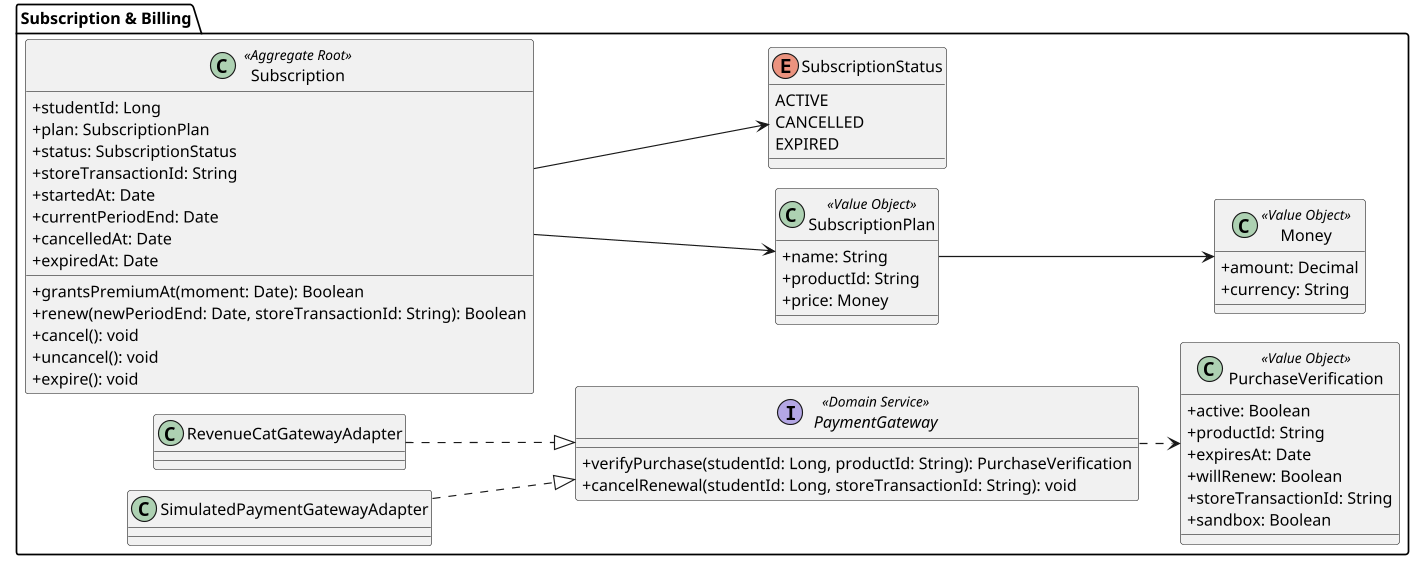
This is images-doc/class-subscription-billing-mobile.png from Aplicaciones-Dispositivos-Moviles/SkillSwap-ProjectReport, a PlantUML export, as it was before one commit. Source of this version:
```plantuml
@startuml class-subscription-billing-mobile
!pragma layout smetana
skinparam classAttributeIconSize 0
skinparam packageStyle folder
skinparam dpi 110
left to right direction

package "Subscription & Billing" {
    class Subscription <<Aggregate Root>> {
        +studentId: Long
        +plan: SubscriptionPlan
        +status: SubscriptionStatus
        +storeTransactionId: String
        +startedAt: Date
        +currentPeriodEnd: Date
        +cancelledAt: Date
        +expiredAt: Date
        +grantsPremiumAt(moment: Date): Boolean
        +renew(newPeriodEnd: Date, storeTransactionId: String): Boolean
        +cancel(): void
        +uncancel(): void
        +expire(): void
    }

    class PurchaseVerification <<Value Object>> {
        +active: Boolean
        +productId: String
        +expiresAt: Date
        +willRenew: Boolean
        +storeTransactionId: String
        +sandbox: Boolean
    }

    interface PaymentGateway <<Domain Service>> {
        +verifyPurchase(studentId: Long, productId: String): PurchaseVerification
        +cancelRenewal(studentId: Long, storeTransactionId: String): void
    }

    class RevenueCatGatewayAdapter
    class SimulatedPaymentGatewayAdapter

    class SubscriptionPlan <<Value Object>> {
        +name: String
        +productId: String
        +price: Money
    }

    class Money <<Value Object>> {
        +amount: Decimal
        +currency: String
    }

    enum SubscriptionStatus {
        ACTIVE
        CANCELLED
        EXPIRED
    }

    Subscription --> SubscriptionPlan
    Subscription --> SubscriptionStatus
    SubscriptionPlan --> Money
    PaymentGateway ..> PurchaseVerification
    RevenueCatGatewayAdapter ..|> PaymentGateway
    SimulatedPaymentGatewayAdapter ..|> PaymentGateway
}
@enduml
```
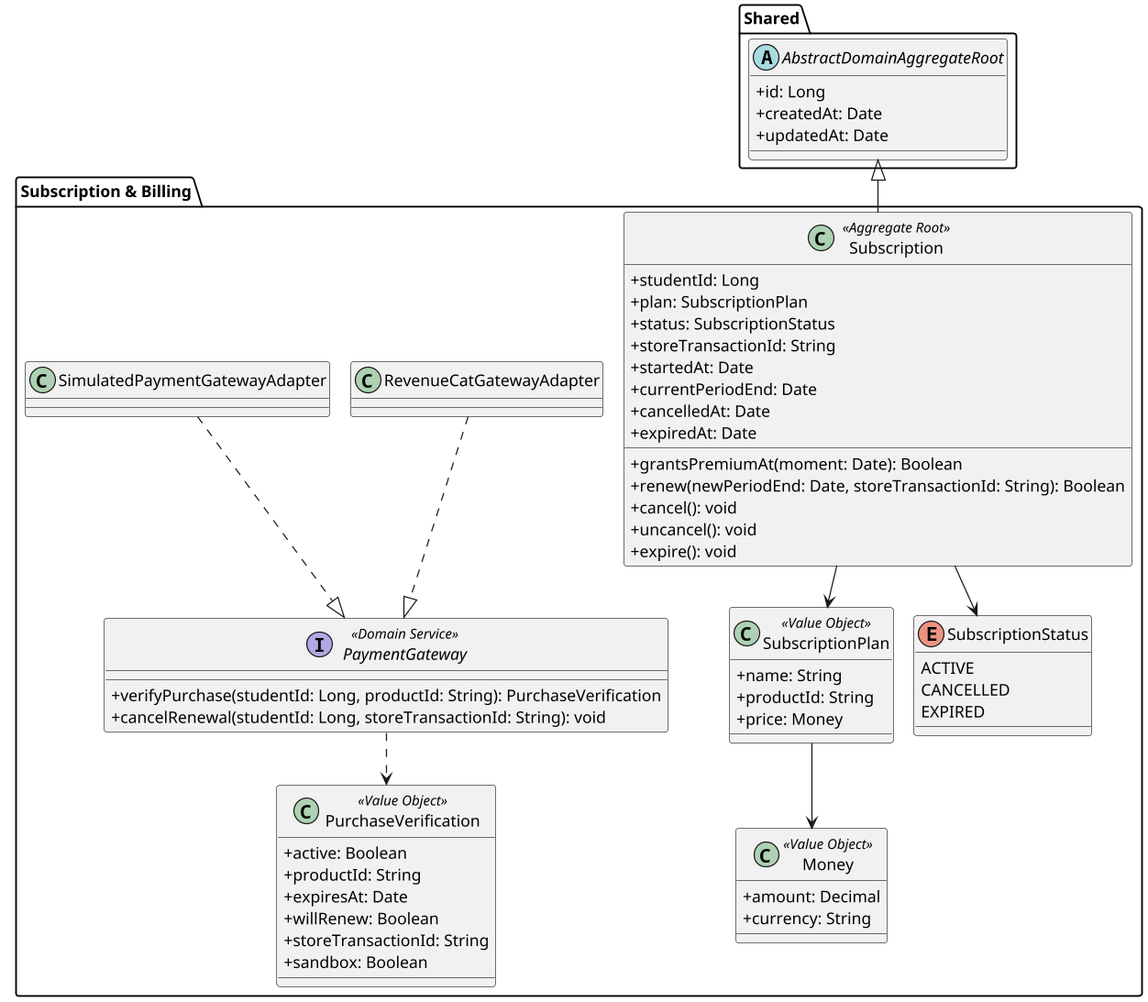
Later version of the same file.

Diff of the diagram source:
```diff
@@ -2,9 +2,15 @@
 !pragma layout smetana
 skinparam classAttributeIconSize 0
 skinparam packageStyle folder
-skinparam dpi 110
-left to right direction
-
+skinparam dpi 120
+skinparam shadowing false
+package "Shared" {
+    abstract class AbstractDomainAggregateRoot {
+        +id: Long
+        +createdAt: Date
+        +updatedAt: Date
+    }
+}
 package "Subscription & Billing" {
     class Subscription <<Aggregate Root>> {
         +studentId: Long
@@ -63,4 +69,5 @@
     RevenueCatGatewayAdapter ..|> PaymentGateway
     SimulatedPaymentGatewayAdapter ..|> PaymentGateway
 }
+Subscription -up-|> AbstractDomainAggregateRoot
 @enduml
```
